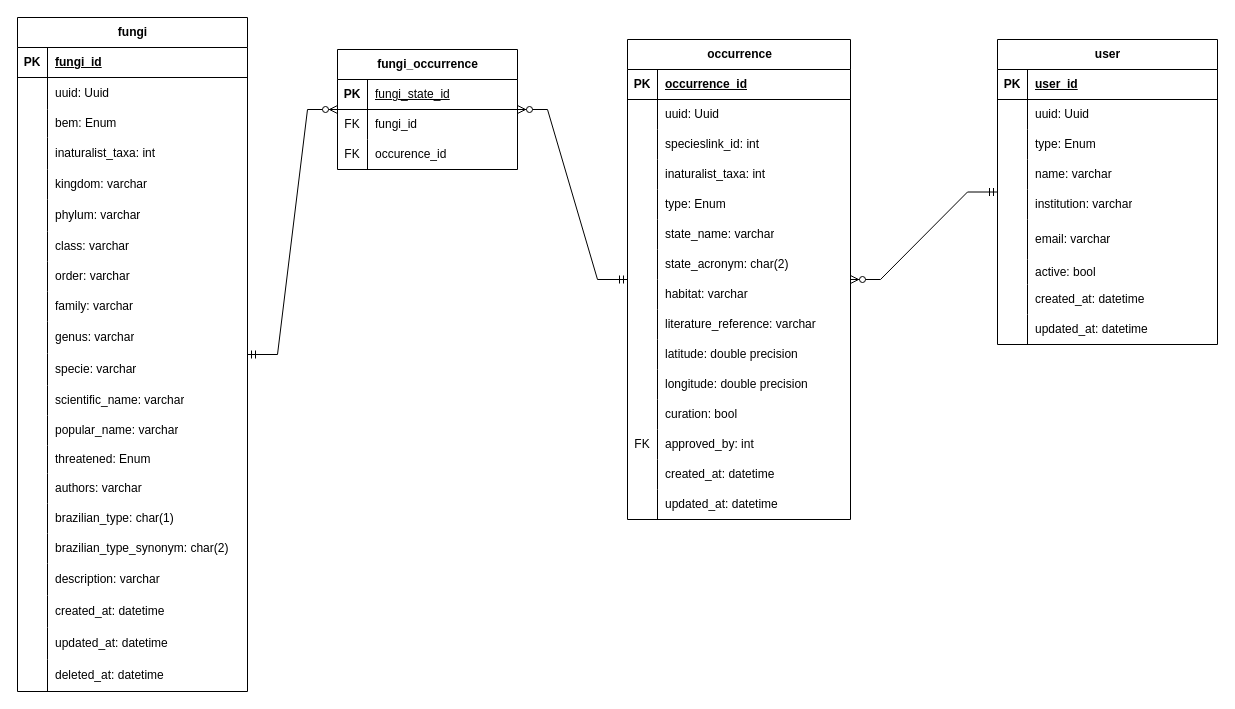
The draw.io diagram BEM-bd.drawio in G2BC/BEM-docs, before the edit. Source tidied: cells renumbered, new cells numbered last; positions are measured from the earlier drawing's top-left corner, leaving out a move shared by most shapes. Both pictures are drawn from the tidied source at 100%, with x=0, y=0 at pixel (17, 17).
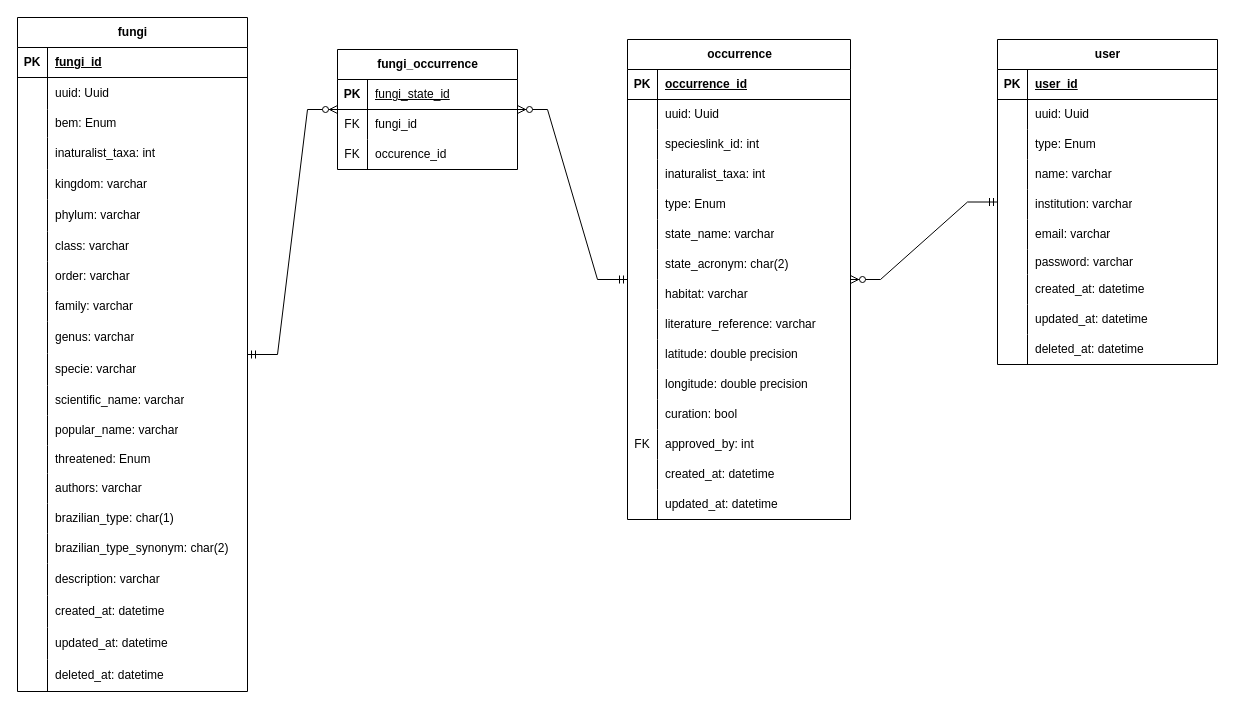
The same diagram, later.

What changed in the source:
```diff
@@
     <mxCell id="124" value="user" style="shape=table;startSize=30;childLayout=tableLayout;rowLines=0;fontStyle=1;align=center;html=1;" parent="1" vertex="1">
-      <mxGeometry x="980" y="22" width="220" height="305" as="geometry" />
+      <mxGeometry x="980" y="22" width="220" height="325" as="geometry" />
     </mxCell>
@@
     <mxCell id="140" style="shape=tableRow;horizontal=0;startSize=0;swimlaneHead=0;swimlaneBody=0;fillColor=none;top=0;left=0;right=0;bottom=0;" parent="124" vertex="1">
-      <mxGeometry y="180" width="220" height="40" as="geometry" />
+      <mxGeometry y="180" width="220" height="30" as="geometry" />
     </mxCell>
     <mxCell id="141" style="shape=partialRectangle;fillColor=none;top=0;left=0;bottom=0;right=0;overflow=hidden;whiteSpace=wrap;html=1;" parent="140" vertex="1">
-      <mxGeometry width="30" height="40" as="geometry" />
+      <mxGeometry width="30" height="30" as="geometry" />
     </mxCell>
     <mxCell id="142" value="email: varchar" style="shape=partialRectangle;fillColor=none;top=0;left=0;bottom=0;right=0;align=left;spacingLeft=6;overflow=hidden;whiteSpace=wrap;html=1;" parent="140" vertex="1">
-      <mxGeometry x="30" width="190" height="40" as="geometry" />
+      <mxGeometry x="30" width="190" height="30" as="geometry" />
     </mxCell>
     <mxCell id="143" style="shape=tableRow;horizontal=0;startSize=0;swimlaneHead=0;swimlaneBody=0;fillColor=none;top=0;left=0;right=0;bottom=0;" parent="124" vertex="1">
-      <mxGeometry y="220" width="220" height="25" as="geometry" />
+      <mxGeometry y="210" width="220" height="25" as="geometry" />
     </mxCell>
@@
-    <mxCell id="145" value="active: bool" style="shape=partialRectangle;fillColor=none;top=0;left=0;bottom=0;right=0;align=left;spacingLeft=6;overflow=hidden;whiteSpace=wrap;html=1;" parent="143" vertex="1">
+    <mxCell id="145" value="password: varchar" style="shape=partialRectangle;fillColor=none;top=0;left=0;bottom=0;right=0;align=left;spacingLeft=6;overflow=hidden;whiteSpace=wrap;html=1;" parent="143" vertex="1">
       <mxGeometry x="30" width="190" height="25" as="geometry" />
     </mxCell>
     <mxCell id="146" style="shape=tableRow;horizontal=0;startSize=0;swimlaneHead=0;swimlaneBody=0;fillColor=none;top=0;left=0;right=0;bottom=0;" parent="124" vertex="1">
-      <mxGeometry y="245" width="220" height="30" as="geometry" />
+      <mxGeometry y="235" width="220" height="30" as="geometry" />
     </mxCell>
@@
     <mxCell id="149" style="shape=tableRow;horizontal=0;startSize=0;swimlaneHead=0;swimlaneBody=0;fillColor=none;top=0;left=0;right=0;bottom=0;" parent="124" vertex="1">
-      <mxGeometry y="275" width="220" height="30" as="geometry" />
+      <mxGeometry y="265" width="220" height="30" as="geometry" />
     </mxCell>
@@
+    <mxCell id="153" style="shape=tableRow;horizontal=0;startSize=0;swimlaneHead=0;swimlaneBody=0;fillColor=none;top=0;left=0;right=0;bottom=0;" parent="124" vertex="1">
+      <mxGeometry y="295" width="220" height="30" as="geometry" />
+    </mxCell>
+    <mxCell id="154" style="shape=partialRectangle;fillColor=none;top=0;left=0;bottom=0;right=0;overflow=hidden;whiteSpace=wrap;html=1;" parent="153" vertex="1">
+      <mxGeometry width="30" height="30" as="geometry" />
+    </mxCell>
+    <mxCell id="155" value="deleted_at: datetime" style="shape=partialRectangle;fillColor=none;top=0;left=0;bottom=0;right=0;align=left;spacingLeft=6;overflow=hidden;whiteSpace=wrap;html=1;" parent="153" vertex="1">
+      <mxGeometry x="30" width="190" height="30" as="geometry" />
+    </mxCell>
```
